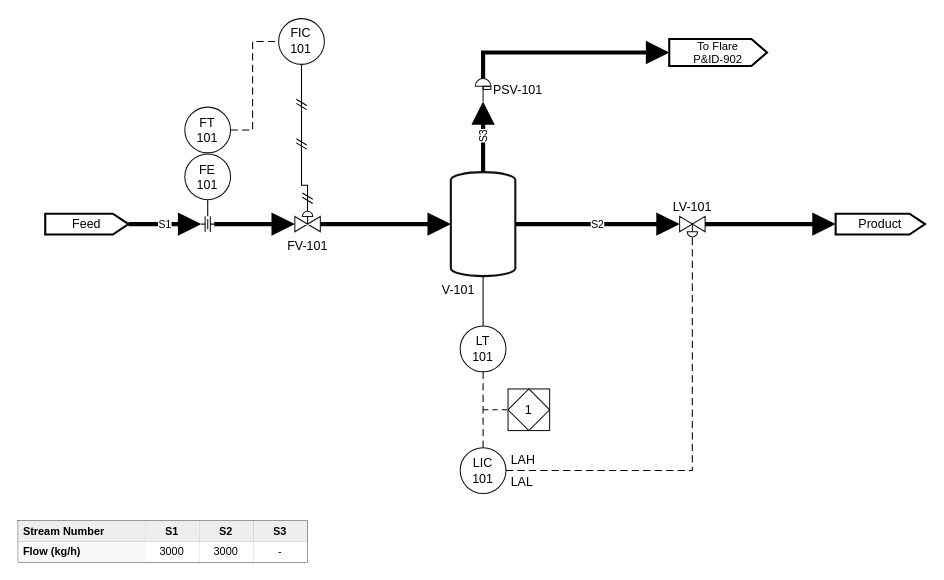
Earlier version of the draw.io diagram drawio-samples/04_control_loop.drawio (Alpha9463/pandid). Source tidied: cells renumbered, new cells numbered last; positions are measured from the earlier drawing's top-left corner, leaving out a move shared by most shapes. Both pictures are drawn from the tidied source at 104%, with x=0, y=0 at pixel (18, 18).
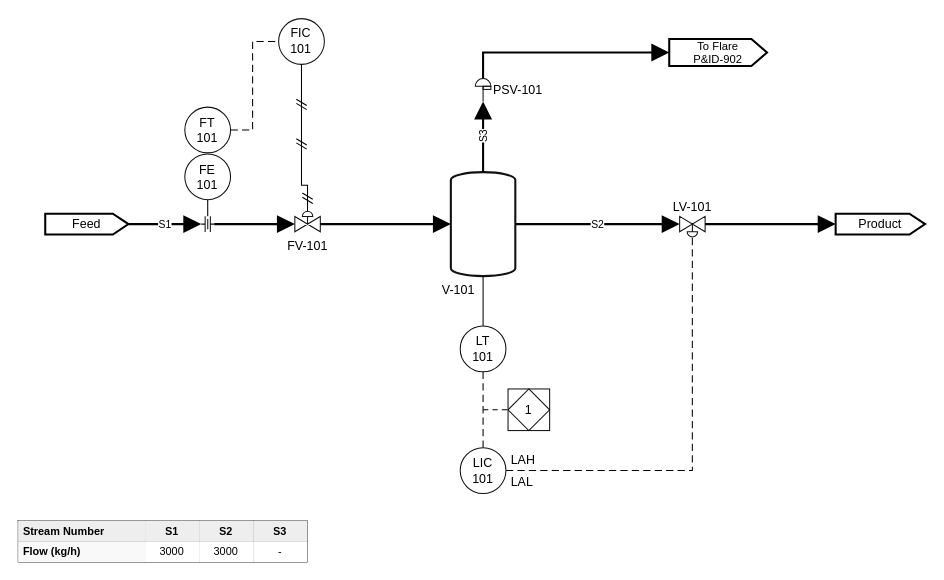
Above is the later version.

The change refers to these unchanged cells:
```xml
<mxCell id="13" value="Feed" style="html=1;shape=offPageConnector;size=0.1875;direction=north;anchorPointDirection=0;legacyAnchorPoints=1;rounded=0;whiteSpace=wrap;strokeColor=#000000;fillColor=none;strokeWidth=2;verticalLabelPosition=middle;verticalAlign=middle;align=center;fontSize=12;" parent="1" vertex="1">
  <mxGeometry x="26" y="188" width="80" height="20" as="geometry" />
</mxCell>
<mxCell id="14" value="FV-101" style="html=1;shape=mxgraph.pid.valves.pneumatic_operated;outlineConnect=0;strokeColor=#111;fillColor=#ffffff;strokeWidth=1;verticalLabelPosition=bottom;verticalAlign=top;align=center;fontSize=12;" parent="1" vertex="1">
  <mxGeometry x="266" y="185.6" width="24.5" height="19.8" as="geometry" />
</mxCell>
<mxCell id="15" value="V-101" style="html=1;shape=mxgraph.pid.vessels.pressurized_vessel;outlineConnect=0;strokeColor=#111;fillColor=#ffffff;strokeWidth=2;verticalLabelPosition=bottom;verticalAlign=top;align=center;fontSize=12;" parent="1" vertex="1">
  <mxGeometry x="416" y="148" width="62" height="100" as="geometry">
    <mxPoint x="-24" as="offset" />
  </mxGeometry>
</mxCell>
<mxCell id="16" style="html=1;shape=mxgraph.pid.valves.orifice;outlineConnect=0;strokeColor=#111;fillColor=#ffffff;strokeWidth=1;verticalLabelPosition=top;verticalAlign=bottom;align=center;fontSize=12;" parent="1" vertex="1">
  <mxGeometry x="176" y="190.5" width="12.5" height="15" as="geometry" />
</mxCell>
<mxCell id="17" value="LV-101" style="html=1;shape=mxgraph.pid.valves.pneumatic_operated;outlineConnect=0;strokeColor=#111;fillColor=#ffffff;strokeWidth=1;verticalLabelPosition=top;verticalAlign=bottom;align=center;fontSize=12;flipV=1;" parent="1" vertex="1">
  <mxGeometry x="636" y="190.6" width="24.5" height="19.8" as="geometry" />
</mxCell>
<mxCell id="18" value="Product" style="html=1;shape=offPageConnector;size=0.174419;direction=north;anchorPointDirection=0;legacyAnchorPoints=1;rounded=0;whiteSpace=wrap;strokeColor=#000000;fillColor=none;strokeWidth=2;verticalLabelPosition=middle;verticalAlign=middle;align=center;fontSize=12;" parent="1" vertex="1">
  <mxGeometry x="786" y="188" width="86" height="20" as="geometry" />
</mxCell>
<mxCell id="19" value="PSV-101" style="html=1;shape=mxgraph.pid.valves.relief_prv;outlineConnect=0;strokeColor=#111;fillColor=#ffffff;strokeWidth=1;labelPosition=right;align=left;verticalLabelPosition=middle;verticalAlign=middle;fontSize=12;" parent="1" vertex="1">
  <mxGeometry x="439.5" y="58" width="15" height="22.1" as="geometry" />
</mxCell>
<mxCell id="20" value="To Flare&lt;br&gt;P&amp;amp;ID-902" style="html=1;shape=offPageConnector;size=0.159574;direction=north;anchorPointDirection=0;legacyAnchorPoints=1;rounded=0;whiteSpace=wrap;strokeColor=#000000;fillColor=none;strokeWidth=2;verticalLabelPosition=middle;verticalAlign=middle;align=center;fontSize=10.8333;" parent="1" vertex="1">
  <mxGeometry x="626" y="20" width="94" height="26" as="geometry" />
</mxCell>
```

Change to the diagram source:
```diff
@@
-    <mxCell id="21" value="S1" style="html=1;edgeStyle=none;rounded=0;jettySize=auto;exitX=1;exitY=0.5;exitDx=0;exitDy=0;exitPerimeter=0;entryX=0;entryY=0.5;entryDx=0;entryDy=0;entryPerimeter=0;strokeColor=#000000;strokeWidth=4;endArrow=block;endFill=1;endSize=12;startArrow=none;labelBackgroundColor=#ffffff;verticalAlign=middle;align=center;fontSize=10;" parent="1" edge="1" source="13" target="16">
+    <mxCell id="21" value="S1" style="html=1;edgeStyle=none;rounded=0;jettySize=auto;exitX=1;exitY=0.5;exitDx=0;exitDy=0;exitPerimeter=0;entryX=0;entryY=0.5;entryDx=0;entryDy=0;entryPerimeter=0;strokeColor=#000000;strokeWidth=2;endArrow=block;endFill=1;endSize=12;startArrow=none;labelBackgroundColor=#ffffff;verticalAlign=middle;align=center;fontSize=10;" parent="1" edge="1" source="13" target="16">
       <mxGeometry relative="1" as="geometry" />
     </mxCell>
-    <mxCell id="22" style="html=1;edgeStyle=none;rounded=0;jettySize=auto;exitX=1;exitY=0.5;exitDx=0;exitDy=0;exitPerimeter=0;entryX=0;entryY=0.626263;entryDx=0;entryDy=0;entryPerimeter=0;strokeColor=#000000;strokeWidth=4;endArrow=block;endFill=1;endSize=12;startArrow=none;" parent="1" edge="1" source="16" target="14">
+    <mxCell id="22" style="html=1;edgeStyle=none;rounded=0;jettySize=auto;exitX=1;exitY=0.5;exitDx=0;exitDy=0;exitPerimeter=0;entryX=0;entryY=0.626263;entryDx=0;entryDy=0;entryPerimeter=0;strokeColor=#000000;strokeWidth=2;endArrow=block;endFill=1;endSize=12;startArrow=none;" parent="1" edge="1" source="16" target="14">
       <mxGeometry relative="1" as="geometry" />
     </mxCell>
-    <mxCell id="23" style="html=1;edgeStyle=none;rounded=0;jettySize=auto;exitX=1;exitY=0.626263;exitDx=0;exitDy=0;exitPerimeter=0;entryX=0;entryY=0.5;entryDx=0;entryDy=0;entryPerimeter=0;strokeColor=#000000;strokeWidth=4;endArrow=block;endFill=1;endSize=12;startArrow=none;" parent="1" edge="1" source="14" target="15">
+    <mxCell id="23" style="html=1;edgeStyle=none;rounded=0;jettySize=auto;exitX=1;exitY=0.626263;exitDx=0;exitDy=0;exitPerimeter=0;entryX=0;entryY=0.5;entryDx=0;entryDy=0;entryPerimeter=0;strokeColor=#000000;strokeWidth=2;endArrow=block;endFill=1;endSize=12;startArrow=none;" parent="1" edge="1" source="14" target="15">
       <mxGeometry relative="1" as="geometry" />
     </mxCell>
-    <mxCell id="24" value="S2" style="html=1;edgeStyle=none;rounded=0;jettySize=auto;exitX=1;exitY=0.5;exitDx=0;exitDy=0;exitPerimeter=0;entryX=0;entryY=0.626263;entryDx=0;entryDy=0;entryPerimeter=0;strokeColor=#000000;strokeWidth=4;endArrow=block;endFill=1;endSize=12;startArrow=none;labelBackgroundColor=#ffffff;verticalAlign=middle;align=center;fontSize=10;" parent="1" edge="1" source="15" target="17">
+    <mxCell id="24" value="S2" style="html=1;edgeStyle=none;rounded=0;jettySize=auto;exitX=1;exitY=0.5;exitDx=0;exitDy=0;exitPerimeter=0;entryX=0;entryY=0.626263;entryDx=0;entryDy=0;entryPerimeter=0;strokeColor=#000000;strokeWidth=2;endArrow=block;endFill=1;endSize=12;startArrow=none;labelBackgroundColor=#ffffff;verticalAlign=middle;align=center;fontSize=10;" parent="1" edge="1" source="15" target="17">
       <mxGeometry relative="1" as="geometry" />
     </mxCell>
-    <mxCell id="25" style="html=1;edgeStyle=none;rounded=0;jettySize=auto;exitX=1;exitY=0.626263;exitDx=0;exitDy=0;exitPerimeter=0;entryX=0;entryY=0.5;entryDx=0;entryDy=0;entryPerimeter=0;strokeColor=#000000;strokeWidth=4;endArrow=block;endFill=1;endSize=12;startArrow=none;" parent="1" edge="1" source="17" target="18">
+    <mxCell id="25" style="html=1;edgeStyle=none;rounded=0;jettySize=auto;exitX=1;exitY=0.626263;exitDx=0;exitDy=0;exitPerimeter=0;entryX=0;entryY=0.5;entryDx=0;entryDy=0;entryPerimeter=0;strokeColor=#000000;strokeWidth=2;endArrow=block;endFill=1;endSize=12;startArrow=none;" parent="1" edge="1" source="17" target="18">
       <mxGeometry relative="1" as="geometry" />
     </mxCell>
-    <mxCell id="26" value="S3" style="html=1;edgeStyle=none;rounded=0;jettySize=auto;exitX=0.5;exitY=0;exitDx=0;exitDy=0;exitPerimeter=0;entryX=0.5;entryY=1;entryDx=0;entryDy=0;entryPerimeter=0;strokeColor=#000000;strokeWidth=4;endArrow=block;endFill=1;endSize=12;startArrow=none;labelBackgroundColor=#ffffff;verticalAlign=middle;align=center;fontSize=10;horizontal=0;" parent="1" edge="1" source="15" target="19">
+    <mxCell id="26" value="S3" style="html=1;edgeStyle=none;rounded=0;jettySize=auto;exitX=0.5;exitY=0;exitDx=0;exitDy=0;exitPerimeter=0;entryX=0.5;entryY=1;entryDx=0;entryDy=0;entryPerimeter=0;strokeColor=#000000;strokeWidth=2;endArrow=block;endFill=1;endSize=12;startArrow=none;labelBackgroundColor=#ffffff;verticalAlign=middle;align=center;fontSize=10;horizontal=0;" parent="1" edge="1" source="15" target="19">
       <mxGeometry relative="1" as="geometry" />
     </mxCell>
-    <mxCell id="27" style="html=1;edgeStyle=none;rounded=0;jettySize=auto;exitX=0.5;exitY=0;exitDx=0;exitDy=0;exitPerimeter=0;entryX=0;entryY=0.5;entryDx=0;entryDy=0;entryPerimeter=0;strokeColor=#000000;strokeWidth=4;endArrow=block;endFill=1;endSize=12;startArrow=none;" parent="1" edge="1" source="19" target="20">
+    <mxCell id="27" style="html=1;edgeStyle=none;rounded=0;jettySize=auto;exitX=0.5;exitY=0;exitDx=0;exitDy=0;exitPerimeter=0;entryX=0;entryY=0.5;entryDx=0;entryDy=0;entryPerimeter=0;strokeColor=#000000;strokeWidth=2;endArrow=block;endFill=1;endSize=12;startArrow=none;" parent="1" edge="1" source="19" target="20">
       <mxGeometry relative="1" as="geometry">
         <Array as="points">
           <mxPoint x="447" y="33" />
         </Array>
       </mxGeometry>
     </mxCell>
```
